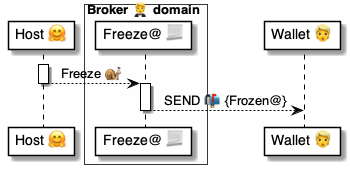
Above: 4 ⚙️ Solution/20 🧑‍🦰 UI/Brokers 🤵/🤵🅰️ Broker methods/Chats 💬 Freeze 🤗🐌🤵/🤵 Freeze ⚙️ uml.png in pollyweb-org/pollyweb-docs (PlantUML), before the change. Its source is kept beside it as 4 ⚙️ Solution/20 🧑‍🦰 UI/Brokers 🤵/🤵🅰️ Broker methods/Chats 💬 Freeze 🤗🐌🤵/🤵 Freeze ⚙️ uml.puml.
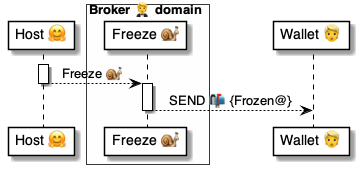
The same diagram one commit later.

Change to the diagram source:
```diff
@@ -3,7 +3,7 @@
 participant "Host 🤗" as host
 
 box Broker 🤵 domain #FFFFFA
-    participant "Freeze@ 📃" as broker
+    participant "Freeze 🐌" as broker
 end box
 
 participant "Wallet 👱" as wallet
```
